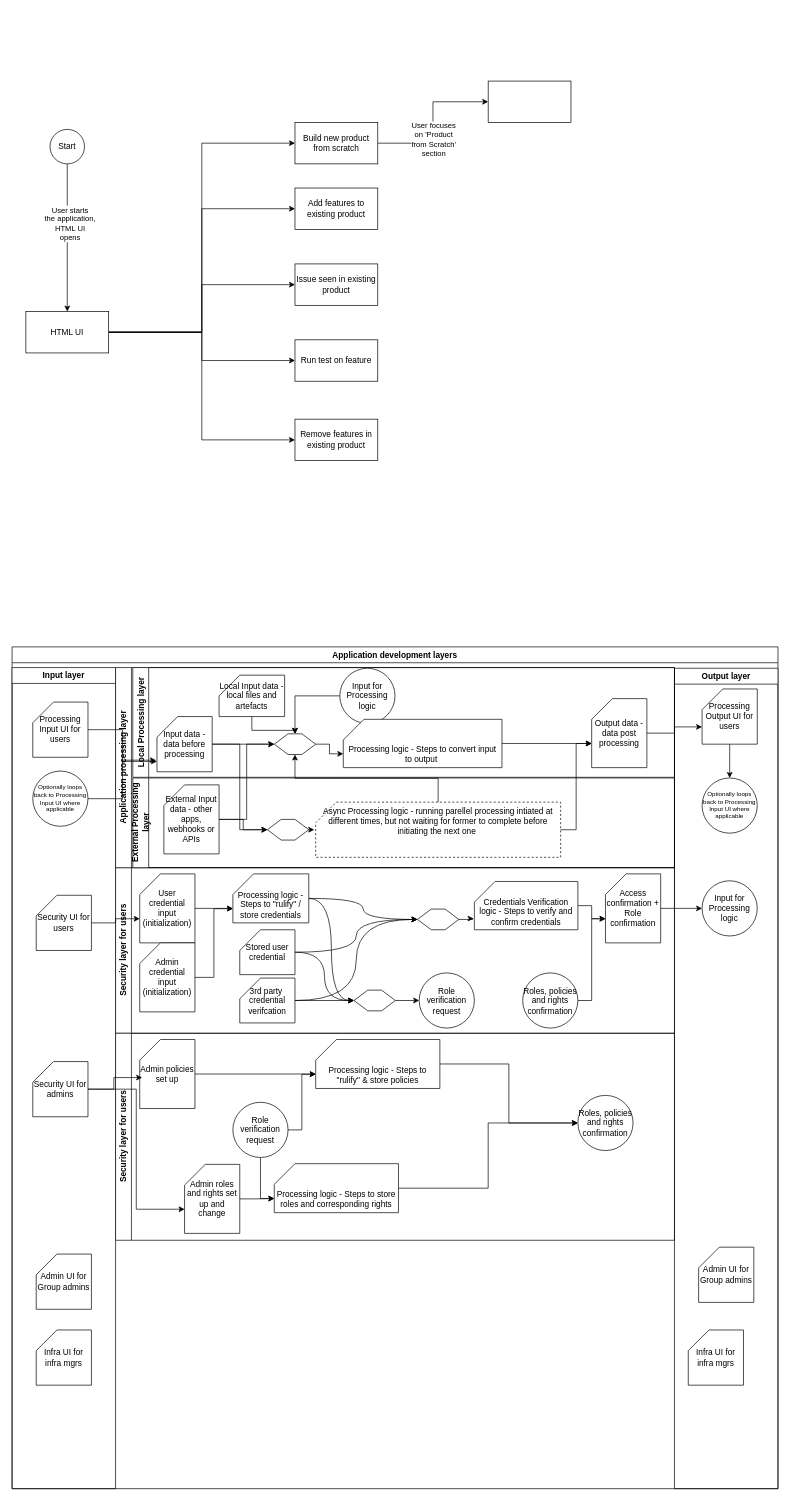
Earlier version of the draw.io diagram page "Product-Creation-System" (9 of 9) of My tech job description.drawio (bejoyjon/Miscelleaneous_documentation). Source tidied: cells renumbered, new cells numbered last; positions are measured from the earlier drawing's top-left corner, leaving out a move shared by most shapes. Both pictures are drawn from the tidied source at 69%, with x=0, y=0 at pixel (12, 81).
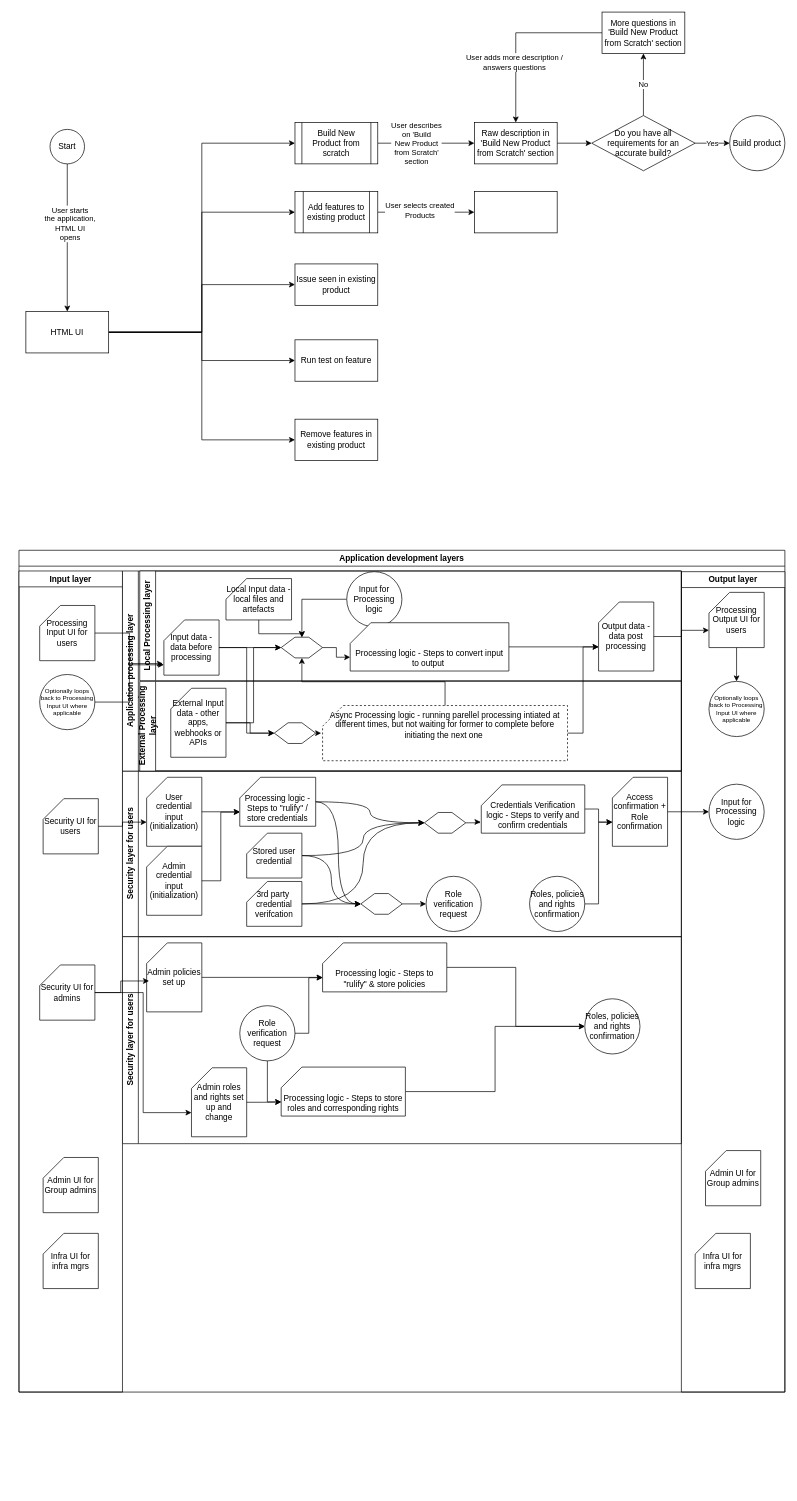
The same diagram, later.

Unchanged cells that the change refers to:
```xml
<mxCell id="12" value="HTML UI" style="whiteSpace=wrap;html=1;" parent="1" vertex="1">
  <mxGeometry x="20" y="334" width="120" height="60" as="geometry" />
</mxCell>
```

Diff of the diagram source:
```diff
@@
-    <mxCell id="5" style="edgeStyle=orthogonalEdgeStyle;rounded=0;jettySize=auto;html=1;" parent="1" edge="1" source="14" target="13">
-      <mxGeometry relative="1" as="geometry" />
-    </mxCell>
-    <mxCell id="6" value="User focuses&lt;div&gt;on 'Product&lt;/div&gt;&lt;div&gt;from Scratch'&lt;/div&gt;&lt;div&gt;section&lt;/div&gt;" style="edgeLabel;html=1;align=center;verticalAlign=middle;" parent="5" vertex="1">
-      <mxGeometry x="-0.22" relative="1" as="geometry" />
-    </mxCell>
-    <mxCell id="7" style="edgeStyle=orthogonalEdgeStyle;rounded=0;jettySize=auto;html=1;entryX=0;entryY=0.5;entryDx=0;entryDy=0;" parent="1" edge="1" source="12" target="15">
+    <mxCell id="7" style="edgeStyle=orthogonalEdgeStyle;rounded=0;jettySize=auto;html=1;entryX=0;entryY=0.5;entryDx=0;entryDy=0;" parent="1" edge="1" source="12" target="115">
       <mxGeometry relative="1" as="geometry" />
     </mxCell>
@@
-    <mxCell id="11" style="edgeStyle=orthogonalEdgeStyle;rounded=0;jettySize=auto;html=1;entryX=0;entryY=0.5;entryDx=0;entryDy=0;" parent="1" edge="1" source="12" target="14">
+    <mxCell id="11" style="edgeStyle=orthogonalEdgeStyle;rounded=0;jettySize=auto;html=1;entryX=0;entryY=0.5;entryDx=0;entryDy=0;" parent="1" edge="1" source="12" target="105">
       <mxGeometry relative="1" as="geometry" />
     </mxCell>
@@
+    <mxCell id="102" style="edgeStyle=orthogonalEdgeStyle;rounded=0;jettySize=auto;html=1;" parent="1" edge="1" source="13" target="108">
+      <mxGeometry relative="1" as="geometry" />
+    </mxCell>
-    <mxCell id="13" style="whiteSpace=wrap;html=1;" parent="1" vertex="1">
-      <mxGeometry x="690" width="120" height="60" as="geometry" />
+    <mxCell id="13" value="Raw description in 'Build New Product from Scratch' section" style="whiteSpace=wrap;html=1;" parent="1" vertex="1">
+      <mxGeometry x="670" y="60" width="120" height="60" as="geometry" />
     </mxCell>
-    <mxCell id="14" value="Build new product from scratch" style="whiteSpace=wrap;html=1;" parent="1" vertex="1">
-      <mxGeometry x="410" y="60" width="120" height="60" as="geometry" />
-    </mxCell>
-    <mxCell id="15" value="Add features to existing product" style="whiteSpace=wrap;html=1;" parent="1" vertex="1">
-      <mxGeometry x="410" y="155" width="120" height="60" as="geometry" />
+    <mxCell id="15" style="whiteSpace=wrap;html=1;" parent="1" vertex="1">
+      <mxGeometry x="670" y="160" width="120" height="60" as="geometry" />
     </mxCell>
@@
     <mxCell id="19" value="Application development layers" style="swimlane;whiteSpace=wrap;html=1;" parent="1" vertex="1">
-      <mxGeometry y="820" width="1110" height="1220" as="geometry" />
+      <mxGeometry x="10" y="680" width="1110" height="1220" as="geometry" />
     </mxCell>
@@
+    <mxCell id="103" style="edgeStyle=orthogonalEdgeStyle;rounded=0;jettySize=auto;html=1;exitX=1;exitY=0.5;exitDx=0;exitDy=0;" parent="1" edge="1" source="105" target="13">
+      <mxGeometry relative="1" as="geometry" />
+    </mxCell>
+    <mxCell id="104" value="User describes&lt;div&gt;on 'Build&lt;/div&gt;&lt;div&gt;New Product&lt;/div&gt;&lt;div&gt;from Scratch'&lt;/div&gt;&lt;div&gt;section&lt;/div&gt;" style="edgeLabel;html=1;align=center;verticalAlign=middle;" parent="103" vertex="1">
+      <mxGeometry x="-0.22" relative="1" as="geometry" />
+    </mxCell>
+    <mxCell id="105" value="Build New Product from scratch" style="shape=process;whiteSpace=wrap;html=1;backgroundOutline=1;size=0.08333333333333333;" parent="1" vertex="1">
+      <mxGeometry x="410" y="60" width="120" height="60" as="geometry" />
+    </mxCell>
+    <mxCell id="106" value="Yes" style="edgeStyle=orthogonalEdgeStyle;rounded=0;jettySize=auto;html=1;" parent="1" edge="1" source="108" target="109">
+      <mxGeometry relative="1" as="geometry" />
+    </mxCell>
+    <mxCell id="107" value="No" style="edgeStyle=orthogonalEdgeStyle;rounded=0;jettySize=auto;html=1;" parent="1" edge="1" source="108" target="112">
+      <mxGeometry relative="1" as="geometry" />
+    </mxCell>
+    <mxCell id="108" value="Do you have all requirements for an accurate build?" style="rhombus;whiteSpace=wrap;html=1;" parent="1" vertex="1">
+      <mxGeometry x="840" y="50" width="150" height="80" as="geometry" />
+    </mxCell>
+    <mxCell id="109" value="Build product" style="ellipse;whiteSpace=wrap;html=1;" parent="1" vertex="1">
+      <mxGeometry x="1040" y="50" width="80" height="80" as="geometry" />
+    </mxCell>
+    <mxCell id="110" style="edgeStyle=orthogonalEdgeStyle;rounded=0;jettySize=auto;html=1;entryX=0.5;entryY=0;entryDx=0;entryDy=0;" parent="1" edge="1" source="112" target="13">
+      <mxGeometry relative="1" as="geometry" />
+    </mxCell>
+    <mxCell id="111" value="User adds more description /&lt;div&gt;answers questions&lt;/div&gt;" style="edgeLabel;html=1;align=center;verticalAlign=middle;" parent="110" vertex="1">
+      <mxGeometry x="0.31" y="-3" relative="1" as="geometry" />
+    </mxCell>
+    <mxCell id="112" value="More questions in 'Build New Product from Scratch' section" style="whiteSpace=wrap;html=1;" parent="1" vertex="1">
+      <mxGeometry x="855" y="-100" width="120" height="60" as="geometry" />
+    </mxCell>
+    <mxCell id="113" style="edgeStyle=orthogonalEdgeStyle;rounded=0;jettySize=auto;html=1;entryX=0;entryY=0.5;entryDx=0;entryDy=0;" parent="1" edge="1" source="115" target="15">
+      <mxGeometry relative="1" as="geometry" />
+    </mxCell>
+    <mxCell id="114" value="User selects created&lt;div&gt;Products&lt;/div&gt;" style="edgeLabel;html=1;align=center;verticalAlign=middle;" parent="113" vertex="1">
+      <mxGeometry x="-0.14" y="3" relative="1" as="geometry" />
+    </mxCell>
+    <mxCell id="115" value="Add features to existing product" style="shape=process;whiteSpace=wrap;html=1;backgroundOutline=1;" parent="1" vertex="1">
+      <mxGeometry x="410" y="160" width="120" height="60" as="geometry" />
+    </mxCell>
```
